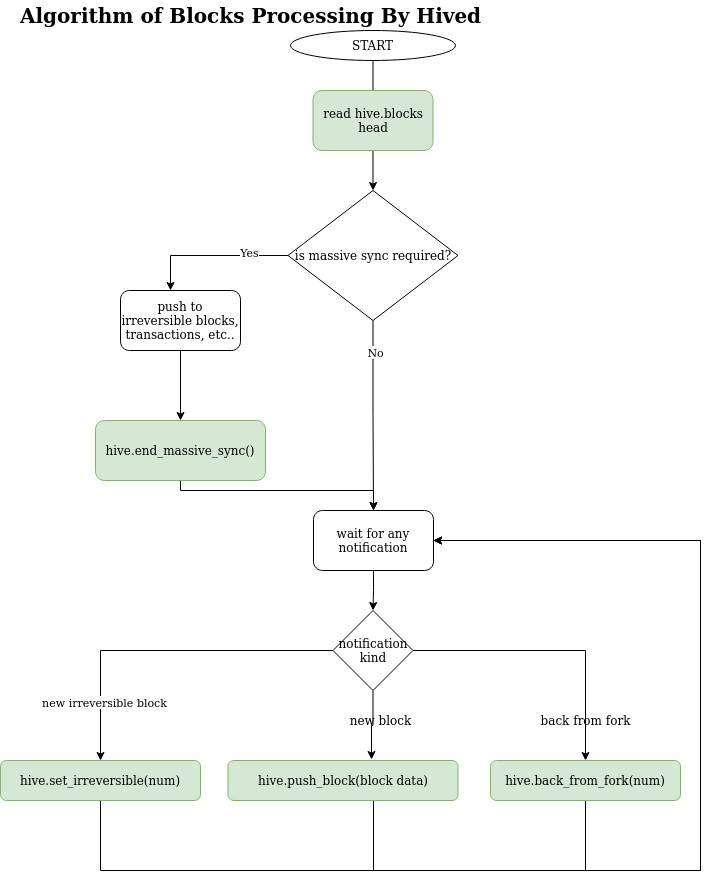
Above: src/hive_fork/doc/evq_hived_process_blocks.png in openhive-network/HAfAH (draw.io), before the change. Source tidied: cells renumbered, new cells last; positions are measured from the earlier drawing's top-left corner, leaving out a move shared by most shapes.
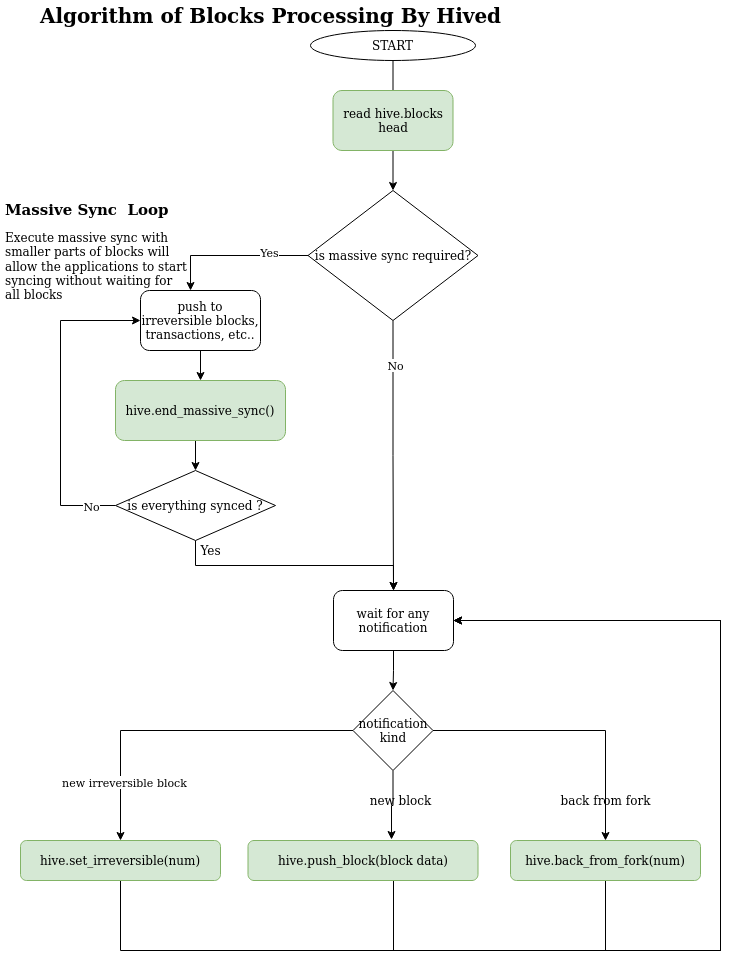
After the commit.

Diff of the diagram source:
```diff
@@ -4,17 +4,17 @@
     <mxCell id="1" parent="0" />
     <mxCell id="2" style="edgeStyle=orthogonalEdgeStyle;rounded=0;jettySize=auto;html=1;exitX=0.5;exitY=1;exitDx=0;exitDy=0;entryX=0.5;entryY=0;entryDx=0;entryDy=0;" parent="1" edge="1" source="3">
       <mxGeometry relative="1" as="geometry">
-        <mxPoint x="372.5" y="120" as="targetPoint" />
+        <mxPoint x="372.5" y="40" as="targetPoint" />
       </mxGeometry>
     </mxCell>
     <mxCell id="3" value="START" style="ellipse;whiteSpace=wrap;html=1;" parent="1" vertex="1">
-      <mxGeometry x="290" y="30" width="165" height="30" as="geometry" />
+      <mxGeometry x="290" y="-50" width="165" height="30" as="geometry" />
     </mxCell>
     <mxCell id="4" style="edgeStyle=orthogonalEdgeStyle;rounded=0;jettySize=auto;html=1;exitX=0.5;exitY=1;exitDx=0;exitDy=0;entryX=0.5;entryY=0;entryDx=0;entryDy=0;" parent="1" edge="1" source="5" target="10">
       <mxGeometry relative="1" as="geometry" />
     </mxCell>
     <mxCell id="5" value="read hive.blocks head" style="rounded=1;whiteSpace=wrap;html=1;fillColor=#d5e8d4;strokeColor=#82b366;" parent="1" vertex="1">
-      <mxGeometry x="312.5" y="90" width="120" height="60" as="geometry" />
+      <mxGeometry x="312.5" y="10" width="120" height="60" as="geometry" />
     </mxCell>
     <mxCell id="6" style="edgeStyle=orthogonalEdgeStyle;rounded=0;jettySize=auto;html=1;exitX=0;exitY=0.5;exitDx=0;exitDy=0;entryX=0.417;entryY=0;entryDx=0;entryDy=0;entryPerimeter=0;" parent="1" edge="1" source="10" target="12">
       <mxGeometry relative="1" as="geometry" />
@@ -22,33 +22,26 @@
     <mxCell id="7" value="Yes" style="edgeLabel;html=1;align=center;verticalAlign=middle;" parent="6" vertex="1">
       <mxGeometry x="-0.48" y="-4" relative="1" as="geometry" />
     </mxCell>
-    <mxCell id="8" style="edgeStyle=orthogonalEdgeStyle;rounded=0;jettySize=auto;html=1;exitX=0.5;exitY=1;exitDx=0;exitDy=0;" parent="1" edge="1" source="10">
-      <mxGeometry relative="1" as="geometry">
-        <mxPoint x="373" y="510" as="targetPoint" />
-      </mxGeometry>
+    <mxCell id="8" style="edgeStyle=orthogonalEdgeStyle;rounded=0;jettySize=auto;html=1;exitX=0.5;exitY=1;exitDx=0;exitDy=0;entryX=0.5;entryY=0;entryDx=0;entryDy=0;" parent="1" edge="1" source="10" target="21">
+      <mxGeometry relative="1" as="geometry" />
     </mxCell>
     <mxCell id="9" value="No" style="edgeLabel;html=1;align=center;verticalAlign=middle;" parent="8" vertex="1">
       <mxGeometry x="-0.67" y="2" relative="1" as="geometry" />
     </mxCell>
     <mxCell id="10" value="is massive sync required?" style="rhombus;whiteSpace=wrap;html=1;" parent="1" vertex="1">
-      <mxGeometry x="287.5" y="190" width="170" height="130" as="geometry" />
+      <mxGeometry x="287.5" y="110" width="170" height="130" as="geometry" />
     </mxCell>
     <mxCell id="11" style="edgeStyle=orthogonalEdgeStyle;rounded=0;jettySize=auto;html=1;exitX=0.5;exitY=1;exitDx=0;exitDy=0;entryX=0.5;entryY=0;entryDx=0;entryDy=0;" parent="1" edge="1" source="12" target="14">
       <mxGeometry relative="1" as="geometry" />
     </mxCell>
     <mxCell id="12" value="push to irreversible blocks, transactions, etc.." style="rounded=1;whiteSpace=wrap;html=1;" parent="1" vertex="1">
-      <mxGeometry x="120" y="290" width="120" height="60" as="geometry" />
+      <mxGeometry x="120" y="210" width="120" height="60" as="geometry" />
     </mxCell>
-    <mxCell id="13" style="edgeStyle=orthogonalEdgeStyle;rounded=0;jettySize=auto;html=1;exitX=0.5;exitY=1;exitDx=0;exitDy=0;entryX=0.5;entryY=0;entryDx=0;entryDy=0;" parent="1" edge="1" source="14" target="21">
-      <mxGeometry relative="1" as="geometry">
-        <Array as="points">
-          <mxPoint x="180" y="490" />
-          <mxPoint x="373" y="490" />
-        </Array>
-      </mxGeometry>
-    </mxCell>
+    <mxCell id="31" style="edgeStyle=orthogonalEdgeStyle;rounded=0;jettySize=auto;html=1;exitX=0.5;exitY=1;exitDx=0;exitDy=0;entryX=0.5;entryY=0;entryDx=0;entryDy=0;" parent="1" edge="1" source="14" target="35">
+      <mxGeometry relative="1" as="geometry" />
+    </mxCell>
     <mxCell id="14" value="hive.end_massive_sync()" style="rounded=1;whiteSpace=wrap;html=1;fillColor=#d5e8d4;strokeColor=#82b366;" parent="1" vertex="1">
-      <mxGeometry x="95" y="420" width="170" height="60" as="geometry" />
+      <mxGeometry x="95" y="300" width="170" height="60" as="geometry" />
     </mxCell>
     <mxCell id="15" style="edgeStyle=orthogonalEdgeStyle;rounded=0;jettySize=auto;html=1;exitX=0.5;exitY=1;exitDx=0;exitDy=0;entryX=0.624;entryY=-0.025;entryDx=0;entryDy=0;entryPerimeter=0;" parent="1" edge="1" source="19" target="23">
       <mxGeometry relative="1" as="geometry" />
@@ -116,7 +109,32 @@
       <mxGeometry x="530" y="710" width="110" height="20" as="geometry" />
     </mxCell>
     <mxCell id="30" value="Algorithm of Blocks Processing By Hived" style="text;html=1;align=center;verticalAlign=middle;strokeColor=none;fontStyle=1;fontSize=20;" parent="1" vertex="1">
-      <mxGeometry x="10" width="480" height="30" as="geometry" />
+      <mxGeometry x="10" y="-80" width="480" height="30" as="geometry" />
     </mxCell>
+    <mxCell id="32" style="edgeStyle=orthogonalEdgeStyle;rounded=0;jettySize=auto;html=1;exitX=0;exitY=0.5;exitDx=0;exitDy=0;entryX=0;entryY=0.5;entryDx=0;entryDy=0;" parent="1" edge="1" source="35" target="12">
+      <mxGeometry relative="1" as="geometry">
+        <Array as="points">
+          <mxPoint x="40" y="425" />
+          <mxPoint x="40" y="240" />
+        </Array>
+      </mxGeometry>
+    </mxCell>
+    <mxCell id="33" value="No" style="edgeLabel;html=1;align=center;verticalAlign=middle;" parent="32" vertex="1">
+      <mxGeometry x="-0.73" y="-1" relative="1" as="geometry">
+        <mxPoint x="18" y="1" as="offset" />
+      </mxGeometry>
+    </mxCell>
+    <mxCell id="34" style="edgeStyle=orthogonalEdgeStyle;rounded=0;jettySize=auto;html=1;exitX=0.5;exitY=1;exitDx=0;exitDy=0;entryX=0.5;entryY=0;entryDx=0;entryDy=0;" parent="1" edge="1" source="35" target="21">
+      <mxGeometry relative="1" as="geometry" />
+    </mxCell>
+    <mxCell id="35" value="is everything synced ?" style="rhombus;whiteSpace=wrap;html=1;" parent="1" vertex="1">
+      <mxGeometry x="95" y="390" width="160" height="70" as="geometry" />
+    </mxCell>
+    <mxCell id="36" value="Yes" style="text;html=1;align=center;verticalAlign=middle;strokeColor=none;" parent="1" vertex="1">
+      <mxGeometry x="170" y="460" width="40" height="20" as="geometry" />
+    </mxCell>
+    <mxCell id="37" value="&lt;h1 style=&quot;font-size: 15px&quot;&gt;Massive Sync&amp;nbsp; Loop&lt;br&gt;&lt;/h1&gt;&lt;p&gt;Execute massive sync with smaller parts of blocks will allow the applications to start syncing without waiting for all blocks&lt;br&gt;&lt;/p&gt;" style="text;html=1;strokeColor=none;fillColor=none;spacing=5;spacingTop=-20;whiteSpace=wrap;overflow=hidden;rounded=0;" parent="1" vertex="1">
+      <mxGeometry x="-20" y="120" width="190" height="200" as="geometry" />
+    </mxCell>
   </root>
 </mxGraphModel>
```
